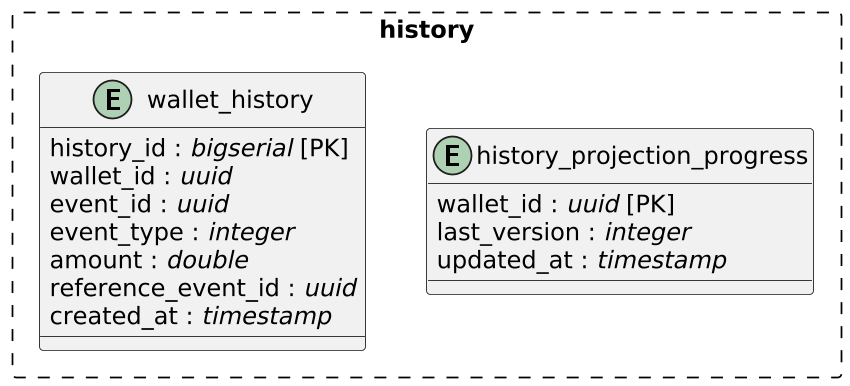
raj-mistry-01/Event-Driven-Ledger keeps this PlantUML diagram as software-docs/entity model/history_db.png. Above is the earlier version.
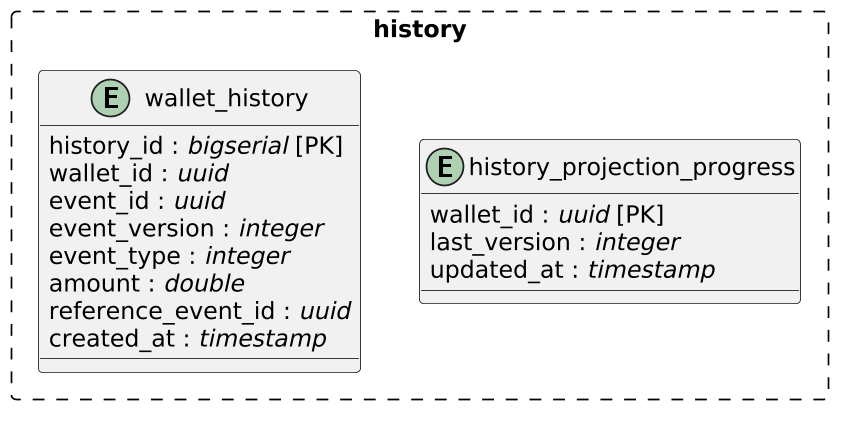
The same file after the commit.

Commit message:
Add event_version field to wallet history tables and create unique index for event ordering

Diff of the diagram source:
```diff
@@ -8,6 +8,7 @@
   history_id : //bigserial// [PK]
   wallet_id : //uuid//
   event_id : //uuid//
+  event_version : //integer//
   event_type : //integer//
   amount : //double//
   reference_event_id : //uuid//
```
